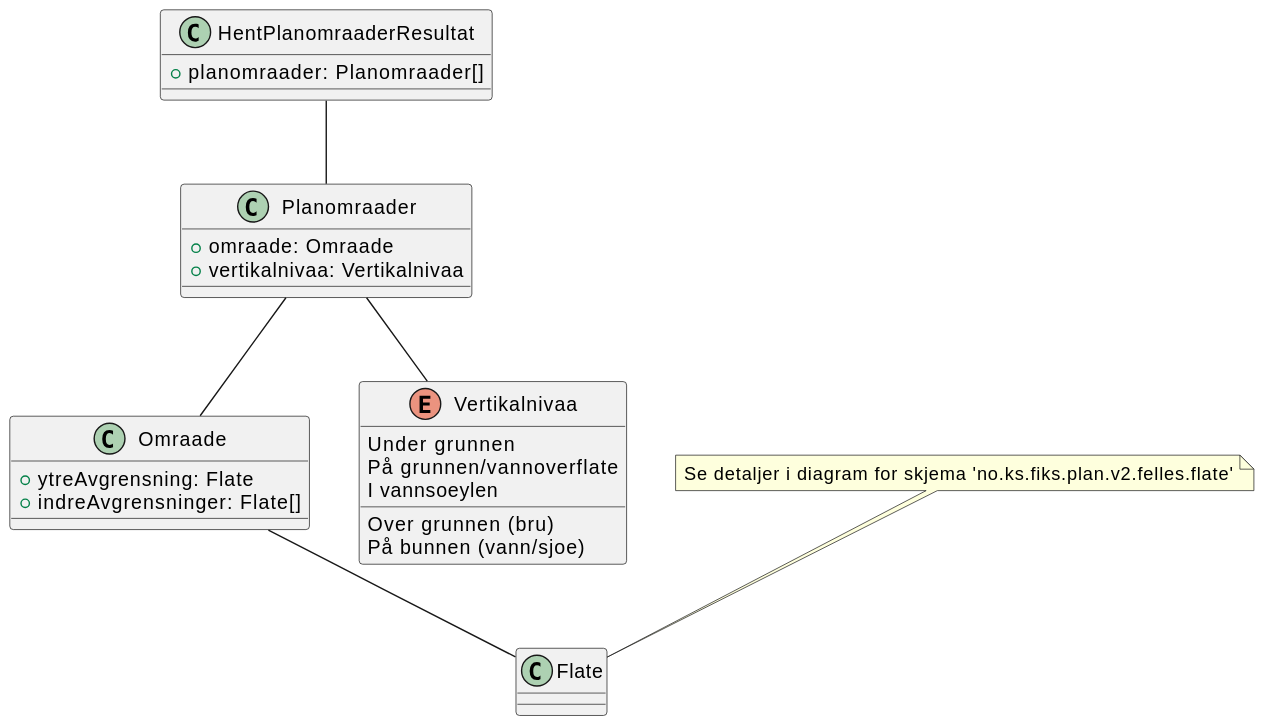
Earlier version of the PlantUML export Dokumentasjon/V2/ClassDiagrams/no.ks.fiks.plan.v2.innsyn.planomraader.hent.resultat/planomraader-hent-resultat.svg (ks-no/fiks-plan-specification).
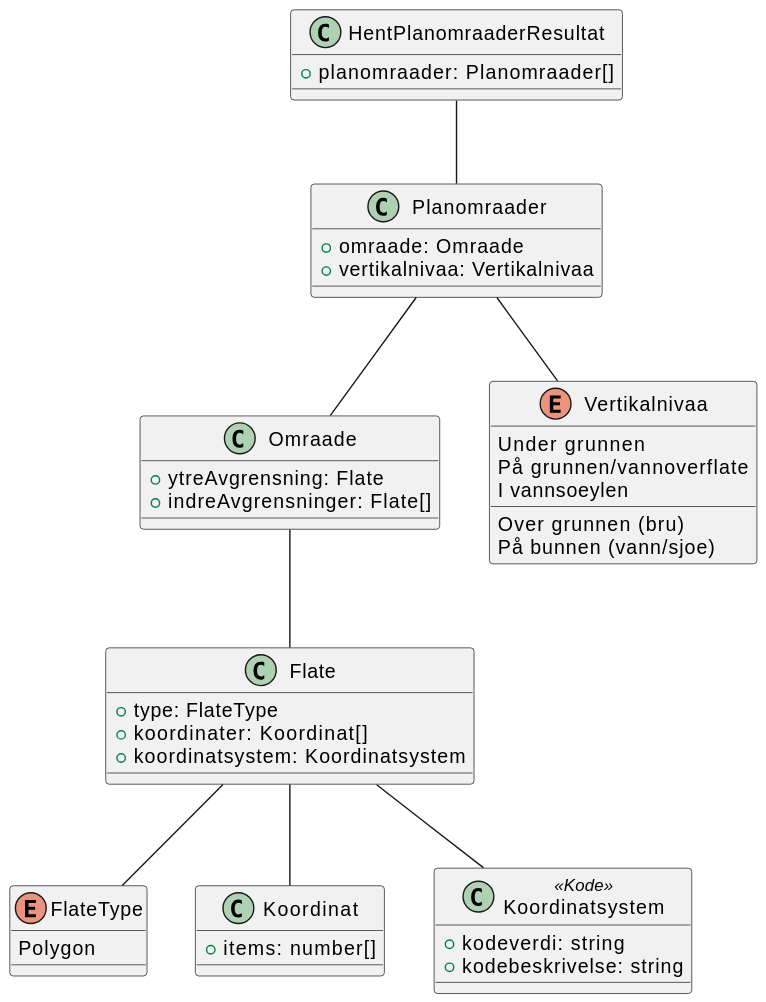
The same diagram one commit later.

The edit, as a diff of the source:
```diff
@@ -1,4 +1,6 @@
 @startuml
+!include ./../no.ks.fiks.plan.v2.felles.flate/flate.pu
+
 class HentPlanomraaderResultat {
     +planomraader: Planomraader[]
 }
@@ -25,6 +27,4 @@
 Planomraader -- Omraade
 Planomraader -- Vertikalnivaa
 Omraade -- Flate
-
-note top of Flate : Se detaljer i diagram for skjema 'no.ks.fiks.plan.v2.felles.flate'
 @enduml
```
